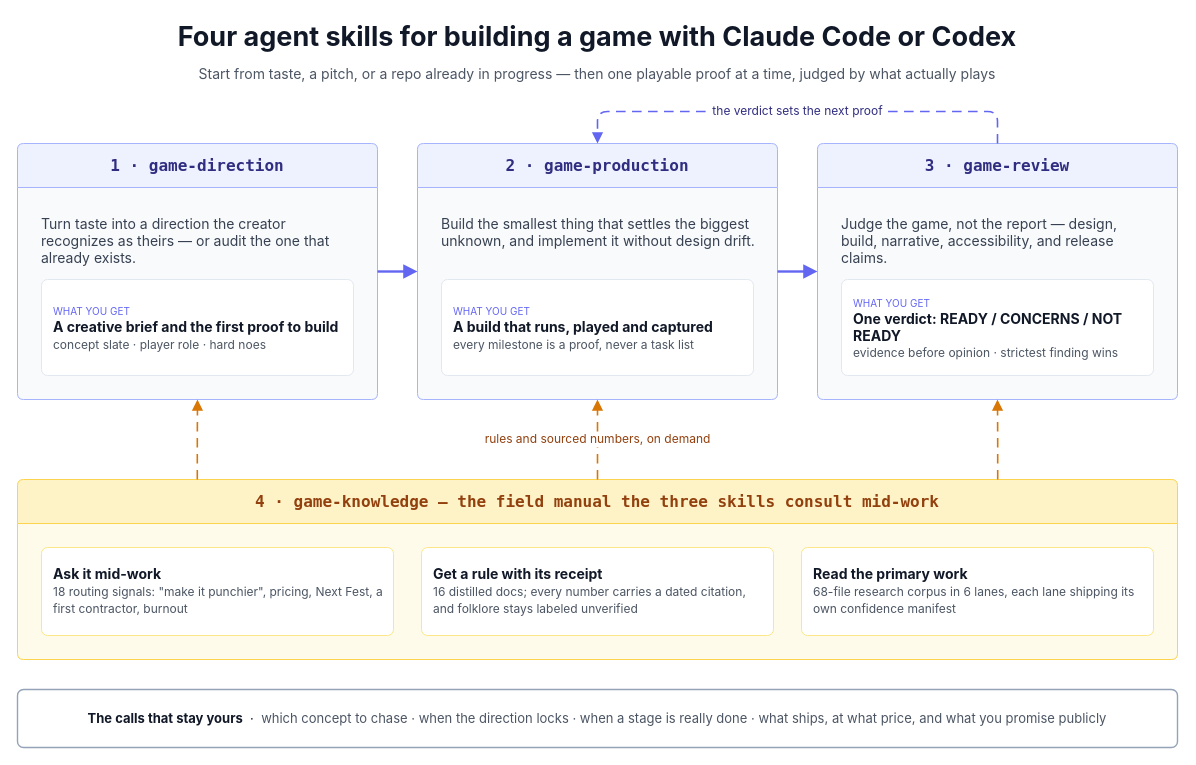
Earlier version of the draw.io diagram docs/assets/readme-skill-map.drawio (gigio1023/game-studio). Source tidied: cells renumbered, new cells numbered last; positions are measured from the earlier drawing's top-left corner, leaving out a move shared by most shapes. Both pictures are drawn from the tidied source at 100%, with x=0, y=0 at pixel (17, 17).
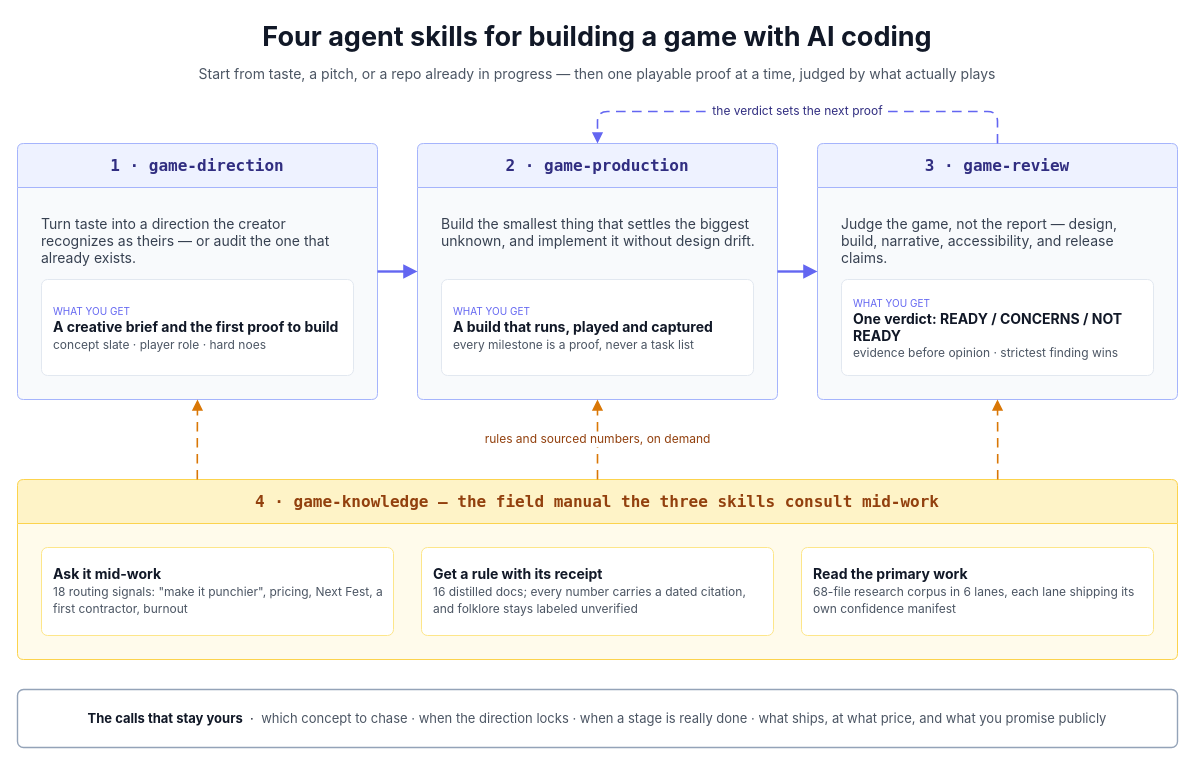
Above is the later version.

Change to the diagram source:
```diff
@@
-    <mxCell id="2" value="Four agent skills for building a game with Claude Code or Codex" style="text;fontFamily=Inter,SF Pro Display,-apple-system,system-ui,Segoe UI,Roboto;strokeColor=none;fillColor=none;align=center;verticalAlign=middle;whiteSpace=wrap;fontSize=27;fontStyle=1;fontColor=#111827;spacing=0;html=1;" parent="1" vertex="1">
+    <mxCell id="2" value="Four agent skills for building a game with AI coding" style="text;fontFamily=Inter,SF Pro Display,-apple-system,system-ui,Segoe UI,Roboto;strokeColor=none;fillColor=none;align=center;verticalAlign=middle;whiteSpace=wrap;fontSize=27;fontStyle=1;fontColor=#111827;spacing=0;html=1;" parent="1" vertex="1">
       <mxGeometry width="1160" height="40" as="geometry" />
     </mxCell>
```
